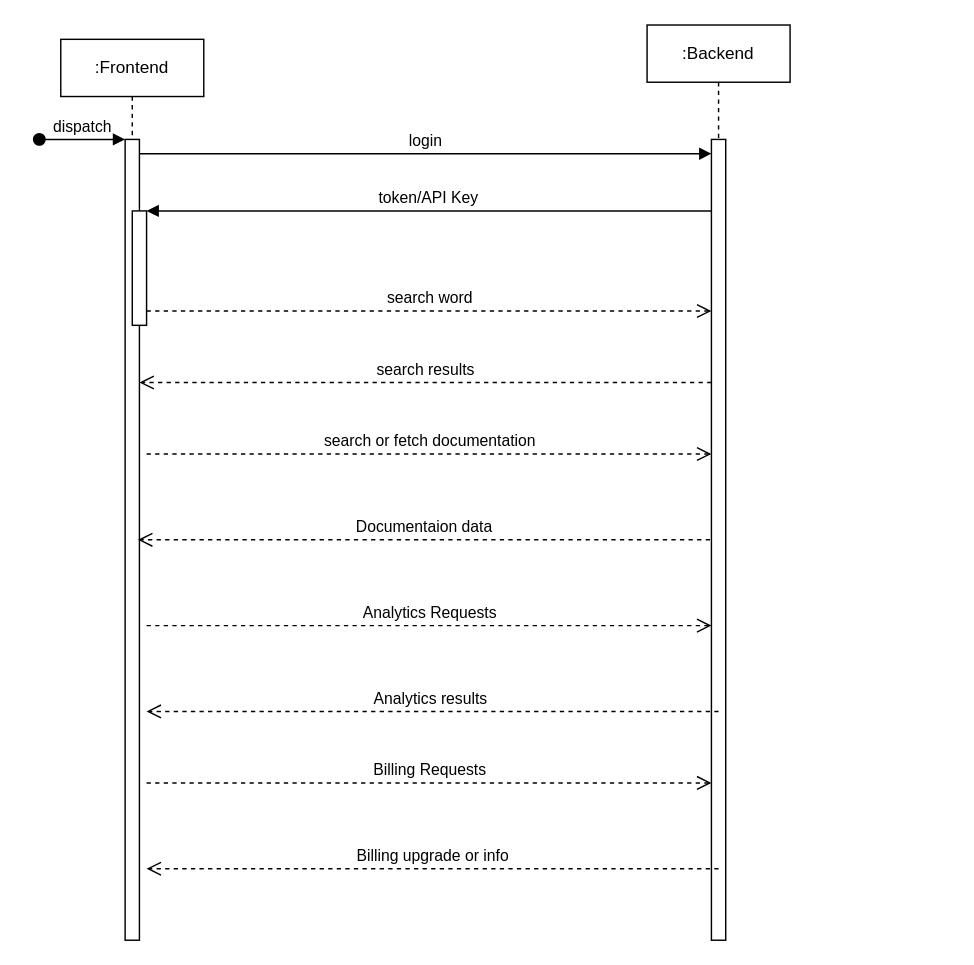
The draw.io diagram public/Untitled Diagram.drawio in davydocsurg/onemart, before the edit. Source tidied: cells renumbered, new cells numbered last; positions are measured from the earlier drawing's top-left corner, leaving out a move shared by most shapes. Both pictures are drawn from the tidied source at 143%, with x=0, y=0 at pixel (39, 24).
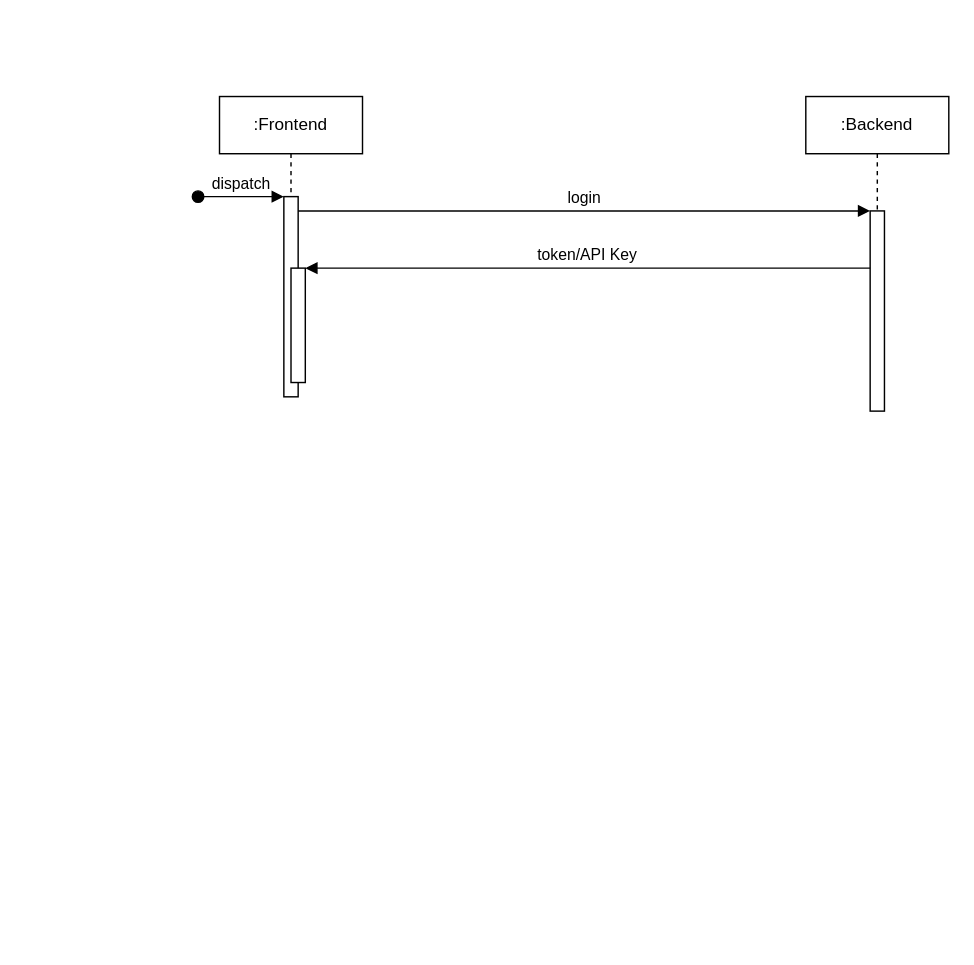
The same diagram, later.

Commit message:
modify sequence diagram

Unchanged cells that the change refers to:
```xml
<mxCell id="5" style="html=1;points=[];perimeter=orthogonalPerimeter;outlineConnect=0;targetShapes=umlLifeline;portConstraint=eastwest;newEdgeStyle={&quot;edgeStyle&quot;:&quot;elbowEdgeStyle&quot;,&quot;elbow&quot;:&quot;vertical&quot;,&quot;curved&quot;:0,&quot;rounded&quot;:0};" parent="2" vertex="1">
  <mxGeometry x="50" y="120" width="10" height="80" as="geometry" />
</mxCell>
```

Change to the diagram source:
```diff
@@
     <mxCell id="2" value=":Frontend" style="shape=umlLifeline;perimeter=lifelinePerimeter;whiteSpace=wrap;html=1;newEdgeStyle={&quot;edgeStyle&quot;:&quot;elbowEdgeStyle&quot;,&quot;elbow&quot;:&quot;vertical&quot;,&quot;curved&quot;:0,&quot;rounded&quot;:0};" parent="1" vertex="1">
-      <mxGeometry x="15" y="10" width="100" height="630" as="geometry" />
+      <mxGeometry x="126" y="50" width="100" height="210" as="geometry" />
     </mxCell>
-    <mxCell id="3" style="html=1;points=[];perimeter=orthogonalPerimeter;outlineConnect=0;targetShapes=umlLifeline;portConstraint=eastwest;newEdgeStyle={&quot;edgeStyle&quot;:&quot;elbowEdgeStyle&quot;,&quot;elbow&quot;:&quot;vertical&quot;,&quot;curved&quot;:0,&quot;rounded&quot;:0};" parent="2" vertex="1">
-      <mxGeometry x="45" y="70" width="10" height="560" as="geometry" />
-    </mxCell>
+    <mxCell id="18" style="html=1;points=[];perimeter=orthogonalPerimeter;outlineConnect=0;targetShapes=umlLifeline;portConstraint=eastwest;newEdgeStyle={&quot;edgeStyle&quot;:&quot;elbowEdgeStyle&quot;,&quot;elbow&quot;:&quot;vertical&quot;,&quot;curved&quot;:0,&quot;rounded&quot;:0};" parent="2" vertex="1">
+      <mxGeometry x="45" y="70" width="10" height="140" as="geometry" />
+    </mxCell>
-    <mxCell id="4" value="dispatch" style="html=1;verticalAlign=bottom;startArrow=oval;endArrow=block;startSize=8;edgeStyle=elbowEdgeStyle;elbow=vertical;curved=0;rounded=0;" parent="2" edge="1" target="3">
+    <mxCell id="4" value="dispatch" style="html=1;verticalAlign=bottom;startArrow=oval;endArrow=block;startSize=8;edgeStyle=elbowEdgeStyle;elbow=vertical;curved=0;rounded=0;" parent="2" edge="1" target="18">
       <mxGeometry relative="1" as="geometry">
         <mxPoint x="-15" y="70" as="sourcePoint" />
       </mxGeometry>
     </mxCell>
@@
     <mxCell id="6" value=":Backend" style="shape=umlLifeline;perimeter=lifelinePerimeter;whiteSpace=wrap;html=1;newEdgeStyle={&quot;edgeStyle&quot;:&quot;elbowEdgeStyle&quot;,&quot;elbow&quot;:&quot;vertical&quot;,&quot;curved&quot;:0,&quot;rounded&quot;:0};" parent="1" vertex="1">
-      <mxGeometry x="425" width="100" height="640" as="geometry" />
+      <mxGeometry x="536" y="50" width="100" height="210" as="geometry" />
     </mxCell>
-    <mxCell id="7" style="html=1;points=[];perimeter=orthogonalPerimeter;outlineConnect=0;targetShapes=umlLifeline;portConstraint=eastwest;newEdgeStyle={&quot;edgeStyle&quot;:&quot;elbowEdgeStyle&quot;,&quot;elbow&quot;:&quot;vertical&quot;,&quot;curved&quot;:0,&quot;rounded&quot;:0};" parent="6" vertex="1">
-      <mxGeometry x="45" y="80" width="10" height="560" as="geometry" />
-    </mxCell>
+    <mxCell id="19" style="html=1;points=[];perimeter=orthogonalPerimeter;outlineConnect=0;targetShapes=umlLifeline;portConstraint=eastwest;newEdgeStyle={&quot;edgeStyle&quot;:&quot;elbowEdgeStyle&quot;,&quot;elbow&quot;:&quot;vertical&quot;,&quot;curved&quot;:0,&quot;rounded&quot;:0};" parent="6" vertex="1">
+      <mxGeometry x="45" y="80" width="10" height="140" as="geometry" />
+    </mxCell>
-    <mxCell id="8" value="login" style="html=1;verticalAlign=bottom;endArrow=block;edgeStyle=elbowEdgeStyle;elbow=vertical;curved=0;rounded=0;" parent="1" edge="1" source="3" target="7">
+    <mxCell id="8" value="login" style="html=1;verticalAlign=bottom;endArrow=block;edgeStyle=elbowEdgeStyle;elbow=vertical;curved=0;rounded=0;" parent="1" edge="1" source="18" target="19">
       <mxGeometry relative="1" as="geometry">
         <Array as="points">
-          <mxPoint x="155" y="90" />
+          <mxPoint x="266" y="130" />
         </Array>
       </mxGeometry>
     </mxCell>
-    <mxCell id="9" value="search results" style="html=1;verticalAlign=bottom;endArrow=open;dashed=1;endSize=8;edgeStyle=elbowEdgeStyle;elbow=vertical;curved=0;rounded=0;" parent="1" edge="1" source="7" target="3">
-      <mxGeometry relative="1" as="geometry">
-        <Array as="points">
-          <mxPoint x="165" y="250" />
-        </Array>
-      </mxGeometry>
-    </mxCell>
-    <mxCell id="10" value="token/API Key" style="html=1;verticalAlign=bottom;endArrow=block;edgeStyle=elbowEdgeStyle;elbow=horizontal;curved=0;rounded=0;" parent="1" edge="1" source="7" target="5">
+    <mxCell id="10" value="token/API Key" style="html=1;verticalAlign=bottom;endArrow=block;edgeStyle=elbowEdgeStyle;elbow=horizontal;curved=0;rounded=0;" parent="1" edge="1" source="19" target="5">
       <mxGeometry relative="1" as="geometry">
         <Array as="points">
-          <mxPoint x="165" y="130" />
+          <mxPoint x="276" y="170" />
         </Array>
       </mxGeometry>
     </mxCell>
-    <mxCell id="11" value="search word" style="html=1;verticalAlign=bottom;endArrow=open;dashed=1;endSize=8;edgeStyle=elbowEdgeStyle;elbow=vertical;curved=0;rounded=0;" parent="1" edge="1" source="5" target="7">
-      <mxGeometry relative="1" as="geometry">
-        <Array as="points">
-          <mxPoint x="155" y="200" />
-        </Array>
-      </mxGeometry>
-    </mxCell>
-    <mxCell id="12" value="search or fetch documentation" style="html=1;verticalAlign=bottom;endArrow=open;dashed=1;endSize=8;edgeStyle=elbowEdgeStyle;elbow=vertical;curved=0;rounded=0;" parent="1" edge="1">
-      <mxGeometry relative="1" as="geometry">
-        <mxPoint x="75" y="300" as="sourcePoint" />
-        <mxPoint x="470" y="300" as="targetPoint" />
-        <Array as="points">
-          <mxPoint x="155" y="300" />
-        </Array>
-      </mxGeometry>
-    </mxCell>
-    <mxCell id="13" value="Documentaion data" style="html=1;verticalAlign=bottom;endArrow=open;dashed=1;endSize=8;edgeStyle=elbowEdgeStyle;elbow=vertical;curved=0;rounded=0;" parent="1" edge="1">
-      <mxGeometry relative="1" as="geometry">
-        <mxPoint x="469" y="360" as="sourcePoint" />
-        <mxPoint x="69" y="360" as="targetPoint" />
-        <Array as="points">
-          <mxPoint x="164" y="360" />
-        </Array>
-      </mxGeometry>
-    </mxCell>
-    <mxCell id="14" value="Analytics Requests" style="html=1;verticalAlign=bottom;endArrow=open;dashed=1;endSize=8;edgeStyle=elbowEdgeStyle;elbow=vertical;curved=0;rounded=0;" parent="1" edge="1">
-      <mxGeometry relative="1" as="geometry">
-        <mxPoint x="75" y="420" as="sourcePoint" />
-        <mxPoint x="470" y="420" as="targetPoint" />
-        <Array as="points">
-          <mxPoint x="155" y="420" />
-        </Array>
-      </mxGeometry>
-    </mxCell>
-    <mxCell id="15" value="Analytics results&amp;nbsp;" style="html=1;verticalAlign=bottom;endArrow=open;dashed=1;endSize=8;edgeStyle=elbowEdgeStyle;elbow=vertical;curved=0;rounded=0;" parent="1" edge="1">
-      <mxGeometry relative="1" as="geometry">
-        <mxPoint x="475" y="480" as="sourcePoint" />
-        <mxPoint x="75" y="480" as="targetPoint" />
-        <Array as="points">
-          <mxPoint x="170" y="480" />
-        </Array>
-      </mxGeometry>
-    </mxCell>
-    <mxCell id="16" value="Billing Requests" style="html=1;verticalAlign=bottom;endArrow=open;dashed=1;endSize=8;edgeStyle=elbowEdgeStyle;elbow=vertical;curved=0;rounded=0;" parent="1" edge="1">
-      <mxGeometry relative="1" as="geometry">
-        <mxPoint x="75" y="530" as="sourcePoint" />
-        <mxPoint x="470" y="530" as="targetPoint" />
-        <Array as="points">
-          <mxPoint x="155" y="530" />
-        </Array>
-      </mxGeometry>
-    </mxCell>
-    <mxCell id="17" value="Billing upgrade or info" style="html=1;verticalAlign=bottom;endArrow=open;dashed=1;endSize=8;edgeStyle=elbowEdgeStyle;elbow=vertical;curved=0;rounded=0;" parent="1" edge="1">
-      <mxGeometry relative="1" as="geometry">
-        <mxPoint x="475" y="590" as="sourcePoint" />
-        <mxPoint x="75" y="590" as="targetPoint" />
-        <Array as="points">
-          <mxPoint x="170" y="590" />
-        </Array>
-      </mxGeometry>
-    </mxCell>
```
